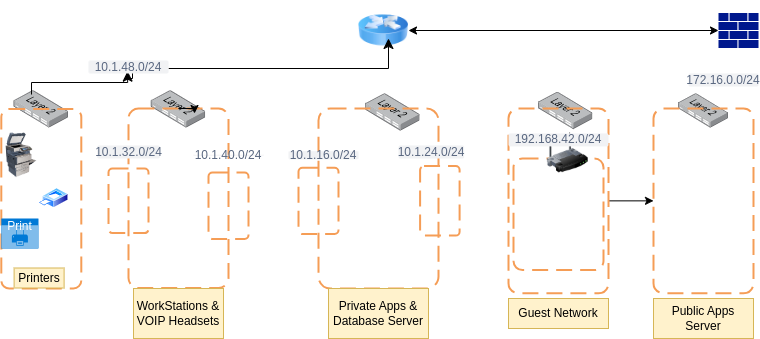
Before: secured_network_topology.drawio.png, a diagram exported from draw.io (MwarumbaH-5523/Secured_Networks_Topology). Source tidied: cells renumbered, new cells last; positions are measured from the earlier drawing's top-left corner, leaving out a move shared by most shapes.
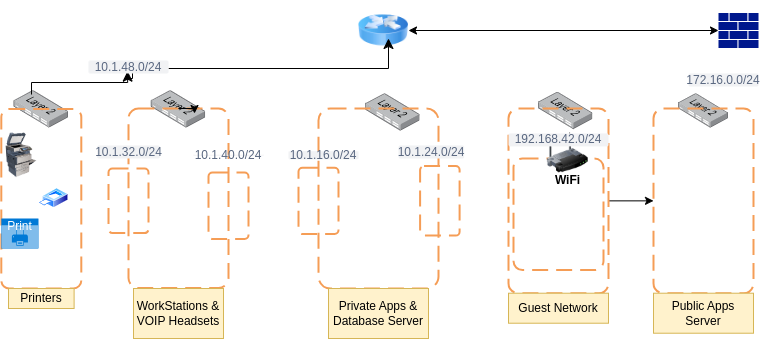
The same diagram one commit later.

The edit, as a diff of the source:
```diff
@@ -75,7 +75,7 @@
       <mxGeometry x="-0.2" y="218" width="37.2" height="30" as="geometry" />
     </mxCell>
     <mxCell id="26" value="Printers" style="text;html=1;strokeColor=#d6b656;fillColor=#fff2cc;align=center;verticalAlign=middle;whiteSpace=wrap;overflow=hidden;" parent="1" vertex="1">
-      <mxGeometry x="12.6" y="267.5" width="50" height="20" as="geometry" />
+      <mxGeometry x="7" y="288" width="65.6" height="20" as="geometry" />
     </mxCell>
     <mxCell id="27" style="edgeStyle=elbowEdgeStyle;elbow=vertical;endArrow=classic;html=1;curved=0;rounded=0;endSize=8;startSize=8;entryX=0.6;entryY=0.633;entryDx=0;entryDy=0;entryPerimeter=0;" parent="1" edge="1" source="30" target="3">
       <mxGeometry relative="1" as="geometry">
@@ -104,10 +104,10 @@
       <mxGeometry x="327" y="288" width="100" height="50" as="geometry" />
     </mxCell>
     <mxCell id="33" value="Guest Network" style="text;html=1;strokeColor=#d6b656;fillColor=#fff2cc;align=center;verticalAlign=middle;whiteSpace=wrap;overflow=hidden;" parent="1" vertex="1">
-      <mxGeometry x="507" y="298" width="100" height="30" as="geometry" />
+      <mxGeometry x="507" y="292.7" width="100" height="30" as="geometry" />
     </mxCell>
     <mxCell id="34" value="Public Apps Server" style="text;html=1;strokeColor=#d6b656;fillColor=#fff2cc;align=center;verticalAlign=middle;whiteSpace=wrap;overflow=hidden;" parent="1" vertex="1">
-      <mxGeometry x="652" y="298" width="100" height="40" as="geometry" />
+      <mxGeometry x="652" y="292.7" width="100" height="40" as="geometry" />
     </mxCell>
     <mxCell id="35" value="10.1.32.0/24" style="rounded=1;align=center;fillColor=#F1F2F4;strokeColor=none;html=1;whiteSpace=wrap;fontColor=#596780;fontSize=12;" parent="1" vertex="1">
       <mxGeometry x="95.6" y="145" width="62.8" height="13" as="geometry" />
@@ -127,5 +127,8 @@
     <mxCell id="40" value="172.16.0.0/24" style="rounded=1;align=center;fillColor=#F1F2F4;strokeColor=none;html=1;whiteSpace=wrap;fontColor=#596780;fontSize=12;" parent="1" vertex="1">
       <mxGeometry x="687" y="73" width="70" height="13" as="geometry" />
     </mxCell>
+    <mxCell id="41" value="WiFi" style="text;align=center;fontStyle=1;verticalAlign=middle;spacingLeft=3;spacingRight=3;strokeColor=none;html=1;" parent="1" vertex="1">
+      <mxGeometry x="543.6" y="177.1" width="45.6" height="6" as="geometry" />
+    </mxCell>
   </root>
 </mxGraphModel>
```
